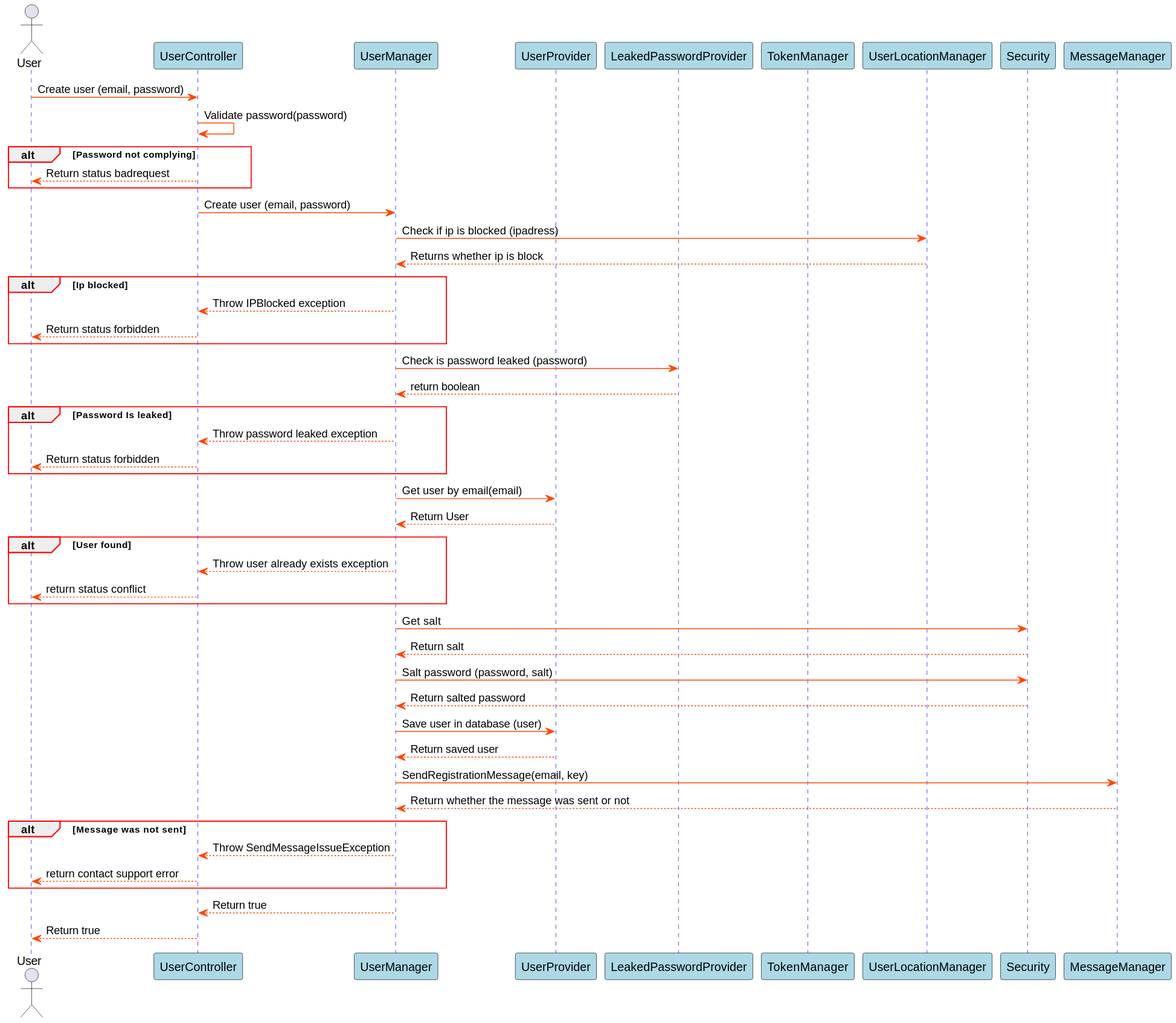
The PlantUML diagram Docs/out/SDDiagrams/CreateUserSD/Create User SD.svg in blackout1471/trust-us-school, before a commit. Source of this version:
```plantuml
@startuml Create User SD

skinparam sequence {
    GroupBorderColor red
    GroupBorderThickness 1

    ArrowColor orangered

    LifeLineBorderColor blue

    ParticipantBackgroundColor lightblue
}

actor User
participant UserController
participant UserManager
participant UserProvider
participant LeakedPasswordProvider
participant TokenManager
participant UserLocationManager
participant Security
participant MessageManager



User->UserController: Create user (email, password)
UserController->UserController: Validate password(password)

alt Password not complying
UserController-->User: Return status badrequest
end

UserController->UserManager: Create user (email, password)
UserManager->UserLocationManager: Check if ip is blocked (ipadress)
UserLocationManager-->UserManager: Returns whether ip is block

alt Ip blocked
UserManager-->UserController: Throw IPBlocked exception
UserController-->User: Return status forbidden
end


UserManager->LeakedPasswordProvider: Check is password leaked (password)
LeakedPasswordProvider-->UserManager: return boolean

alt Password Is leaked
UserManager-->UserController: Throw password leaked exception
UserController-->User: Return status forbidden
end

UserManager->UserProvider: Get user by email(email)
UserProvider-->UserManager: Return User

alt User found

UserManager-->UserController: Throw user already exists exception
UserController-->User: return status conflict

end


UserManager->Security: Get salt
Security-->UserManager: Return salt

UserManager->Security: Salt password (password, salt)
Security-->UserManager: Return salted password

UserManager->UserProvider: Save user in database (user)
UserProvider-->UserManager: Return saved user

UserManager->MessageManager: SendRegistrationMessage(email, key)
MessageManager-->UserManager: Return whether the message was sent or not
alt Message was not sent
UserManager --> UserController: Throw SendMessageIssueException
UserController --> User: return contact support error

end
UserManager-->UserController: Return true
UserController-->User: Return true

@enduml
```
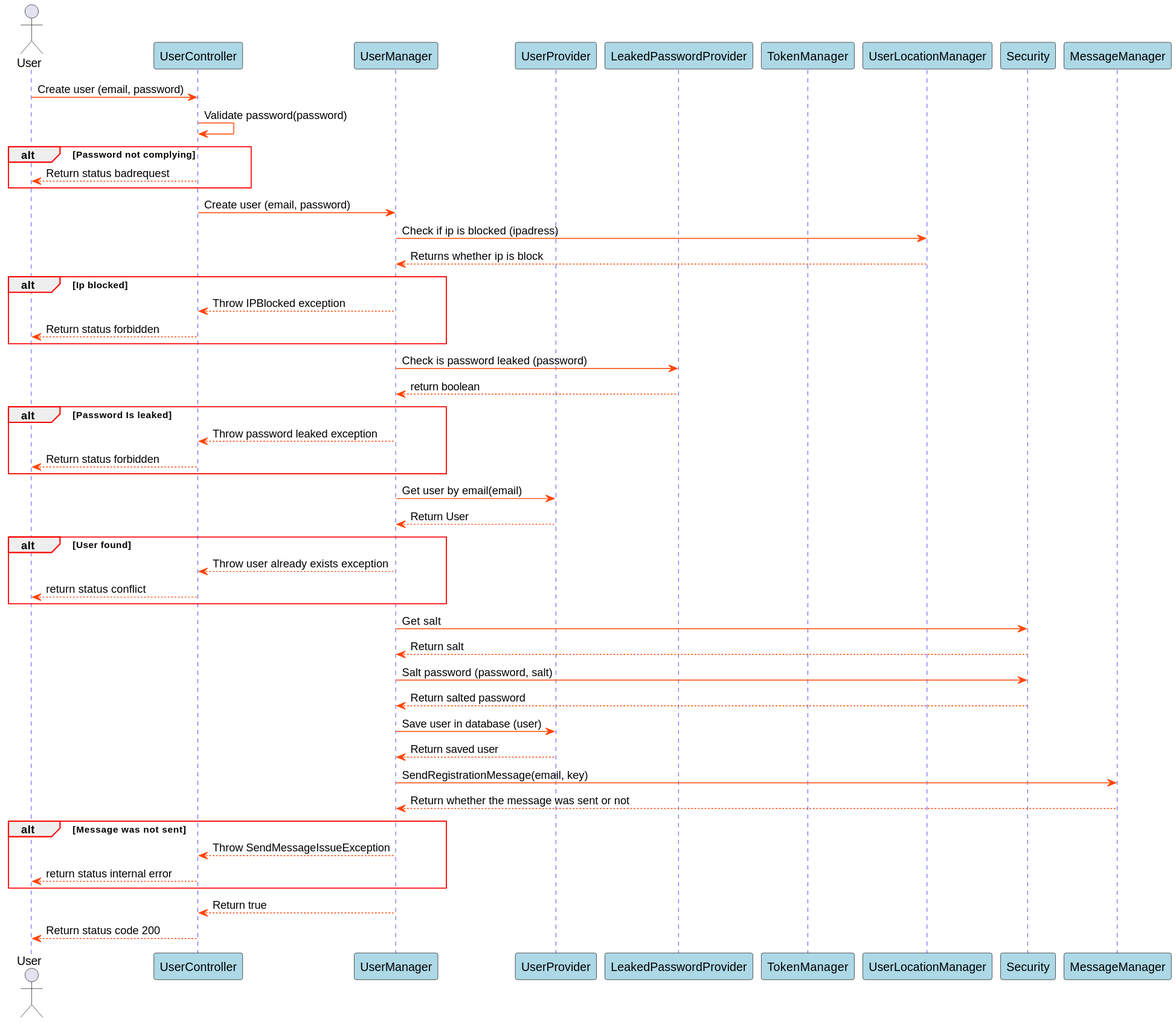
The same diagram one commit later.

What changed in the source:
```diff
@@ -72,10 +72,10 @@
 MessageManager-->UserManager: Return whether the message was sent or not
 alt Message was not sent
 UserManager --> UserController: Throw SendMessageIssueException
-UserController --> User: return contact support error
+UserController --> User: return status internal error
 
 end
 UserManager-->UserController: Return true
-UserController-->User: Return true
+UserController-->User: Return status code 200
 
 @enduml
```
